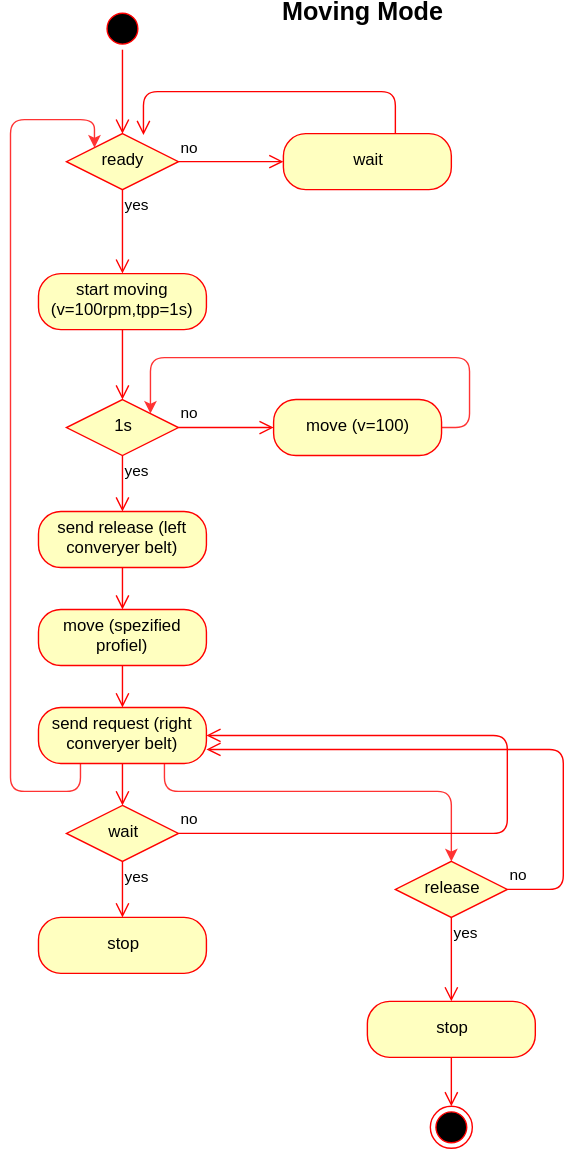
Earlier version of the draw.io export Documentation/UML Diagrams/charts/activity chart Moving State.svg (nicolai-schwartze/EBS2_Conveyer_Belt). Source tidied: cells renumbered, new cells last; positions are measured from the earlier drawing's top-left corner, leaving out a move shared by most shapes.
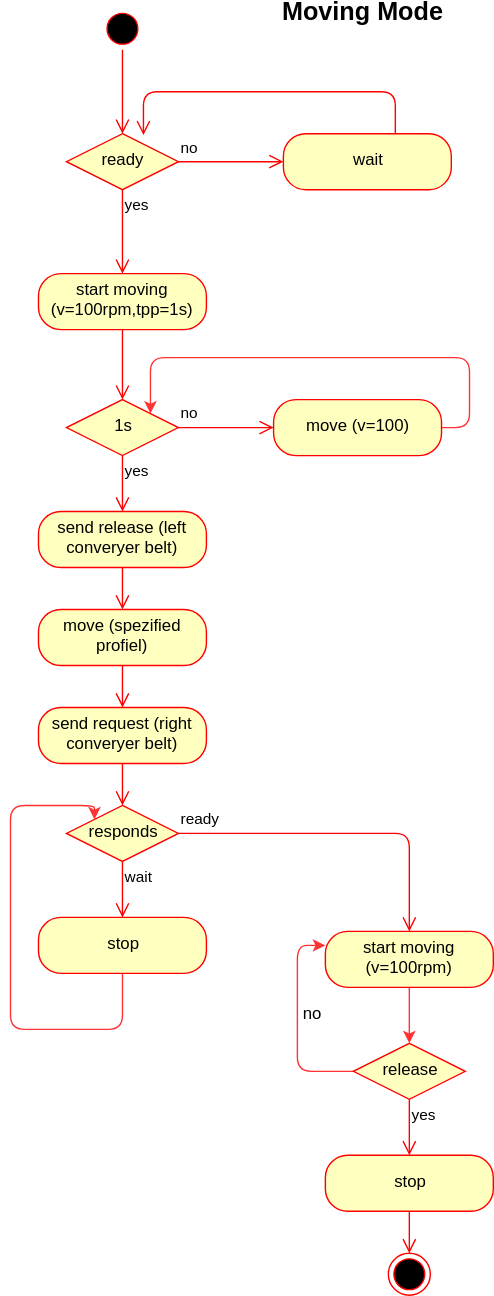
The same file after the commit.

Commit message:
activity chart completed

What changed in the source:
```diff
@@ -67,72 +67,67 @@
     <mxCell id="19" style="edgeStyle=orthogonalEdgeStyle;html=1;verticalAlign=bottom;endArrow=open;endSize=8;strokeColor=#ff0000;entryX=0.5;entryY=0;entryDx=0;entryDy=0;" parent="1" edge="1" source="18" target="22">
       <mxGeometry relative="1" as="geometry" />
     </mxCell>
-    <mxCell id="20" style="edgeStyle=orthogonalEdgeStyle;rounded=1;jettySize=auto;html=1;exitX=0.75;exitY=1;exitDx=0;exitDy=0;entryX=0.5;entryY=0;entryDx=0;entryDy=0;strokeColor=#FF3333;" parent="1" edge="1" source="22" target="28">
-      <mxGeometry relative="1" as="geometry">
-        <Array as="points">
-          <mxPoint x="110" y="565" />
-          <mxPoint x="315" y="565" />
-        </Array>
-      </mxGeometry>
-    </mxCell>
-    <mxCell id="21" style="edgeStyle=orthogonalEdgeStyle;rounded=1;jettySize=auto;html=1;exitX=0.25;exitY=1;exitDx=0;exitDy=0;entryX=0;entryY=0;entryDx=0;entryDy=0;strokeColor=#FF3333;" parent="1" edge="1" source="22" target="4">
-      <mxGeometry relative="1" as="geometry">
-        <Array as="points">
-          <mxPoint x="50" y="565" />
-          <mxPoint y="565" />
-          <mxPoint y="85" />
-          <mxPoint x="60" y="85" />
-        </Array>
-      </mxGeometry>
-    </mxCell>
     <mxCell id="22" value="send request (right converyer belt)" style="rounded=1;whiteSpace=wrap;html=1;arcSize=40;fontColor=#000000;fillColor=#ffffc0;strokeColor=#ff0000;" parent="1" vertex="1">
       <mxGeometry x="20" y="505" width="120" height="40" as="geometry" />
     </mxCell>
     <mxCell id="23" style="edgeStyle=orthogonalEdgeStyle;html=1;verticalAlign=bottom;endArrow=open;endSize=8;strokeColor=#ff0000;entryX=0.5;entryY=0;entryDx=0;entryDy=0;" parent="1" edge="1" source="22" target="24">
       <mxGeometry relative="1" as="geometry" />
     </mxCell>
-    <mxCell id="24" value="wait" style="rhombus;whiteSpace=wrap;html=1;fillColor=#ffffc0;strokeColor=#ff0000;" parent="1" vertex="1">
+    <mxCell id="24" value="responds" style="rhombus;whiteSpace=wrap;html=1;fillColor=#ffffc0;strokeColor=#ff0000;" parent="1" vertex="1">
       <mxGeometry x="40" y="575" width="80" height="40" as="geometry" />
     </mxCell>
-    <mxCell id="25" value="no" style="edgeStyle=orthogonalEdgeStyle;html=1;align=left;verticalAlign=bottom;endArrow=open;endSize=8;strokeColor=#ff0000;entryX=1;entryY=0.5;entryDx=0;entryDy=0;" parent="1" edge="1" source="24" target="22">
+    <mxCell id="25" value="ready" style="edgeStyle=orthogonalEdgeStyle;html=1;align=left;verticalAlign=bottom;endArrow=open;endSize=8;strokeColor=#ff0000;entryX=0.5;entryY=0;entryDx=0;entryDy=0;" parent="1" edge="1" source="24" target="38">
       <mxGeometry x="-1" relative="1" as="geometry">
         <Array as="points">
-          <mxPoint x="355" y="595" />
-          <mxPoint x="355" y="525" />
+          <mxPoint x="285" y="595" />
         </Array>
       </mxGeometry>
     </mxCell>
-    <mxCell id="26" value="yes" style="edgeStyle=orthogonalEdgeStyle;html=1;align=left;verticalAlign=top;endArrow=open;endSize=8;strokeColor=#ff0000;entryX=0.5;entryY=0;entryDx=0;entryDy=0;" parent="1" edge="1" source="24" target="27">
+    <mxCell id="26" value="wait" style="edgeStyle=orthogonalEdgeStyle;html=1;align=left;verticalAlign=top;endArrow=open;endSize=8;strokeColor=#ff0000;entryX=0.5;entryY=0;entryDx=0;entryDy=0;" parent="1" edge="1" source="24" target="27">
       <mxGeometry x="-1" relative="1" as="geometry" />
     </mxCell>
+    <mxCell id="35" style="edgeStyle=orthogonalEdgeStyle;rounded=1;jettySize=auto;html=1;exitX=0.5;exitY=1;exitDx=0;exitDy=0;entryX=0;entryY=0;entryDx=0;entryDy=0;strokeColor=#FF3333;" parent="1" edge="1" source="27" target="24">
+      <mxGeometry relative="1" as="geometry">
+        <Array as="points">
+          <mxPoint x="80" y="735" />
+          <mxPoint y="735" />
+          <mxPoint y="575" />
+          <mxPoint x="60" y="575" />
+        </Array>
+      </mxGeometry>
+    </mxCell>
     <mxCell id="27" value="stop" style="rounded=1;whiteSpace=wrap;html=1;arcSize=40;fontColor=#000000;fillColor=#ffffc0;strokeColor=#ff0000;" parent="1" vertex="1">
       <mxGeometry x="20" y="655" width="120" height="40" as="geometry" />
     </mxCell>
+    <mxCell id="36" style="edgeStyle=orthogonalEdgeStyle;rounded=1;jettySize=auto;html=1;exitX=0;exitY=0.5;exitDx=0;exitDy=0;entryX=0;entryY=0.25;entryDx=0;entryDy=0;strokeColor=#FF3333;" parent="1" edge="1" source="28" target="38">
+      <mxGeometry relative="1" as="geometry" />
+    </mxCell>
     <mxCell id="28" value="&lt;span lang=&quot;EN-US&quot;&gt;release&lt;/span&gt;" style="rhombus;whiteSpace=wrap;html=1;fillColor=#ffffc0;strokeColor=#ff0000;" parent="1" vertex="1">
-      <mxGeometry x="275" y="615" width="80" height="40" as="geometry" />
+      <mxGeometry x="245" y="745" width="80" height="40" as="geometry" />
     </mxCell>
-    <mxCell id="29" value="no" style="edgeStyle=orthogonalEdgeStyle;html=1;align=left;verticalAlign=bottom;endArrow=open;endSize=8;strokeColor=#ff0000;entryX=1;entryY=0.75;entryDx=0;entryDy=0;" parent="1" edge="1" source="28" target="22">
-      <mxGeometry x="-1" relative="1" as="geometry">
-        <Array as="points">
-          <mxPoint x="395" y="635" />
-          <mxPoint x="395" y="535" />
-        </Array>
-      </mxGeometry>
-    </mxCell>
     <mxCell id="30" value="yes" style="edgeStyle=orthogonalEdgeStyle;html=1;align=left;verticalAlign=top;endArrow=open;endSize=8;strokeColor=#ff0000;entryX=0.5;entryY=0;entryDx=0;entryDy=0;" parent="1" edge="1" source="28" target="31">
       <mxGeometry x="-1" relative="1" as="geometry" />
     </mxCell>
     <mxCell id="31" value="stop" style="rounded=1;whiteSpace=wrap;html=1;arcSize=40;fontColor=#000000;fillColor=#ffffc0;strokeColor=#ff0000;" parent="1" vertex="1">
-      <mxGeometry x="255" y="715" width="120" height="40" as="geometry" />
+      <mxGeometry x="225" y="825" width="120" height="40" as="geometry" />
     </mxCell>
     <mxCell id="32" style="edgeStyle=orthogonalEdgeStyle;html=1;verticalAlign=bottom;endArrow=open;endSize=8;strokeColor=#ff0000;entryX=0.5;entryY=0;entryDx=0;entryDy=0;" parent="1" edge="1" source="31" target="33">
       <mxGeometry relative="1" as="geometry" />
     </mxCell>
     <mxCell id="33" style="ellipse;html=1;shape=endState;fillColor=#000000;strokeColor=#ff0000;" parent="1" vertex="1">
-      <mxGeometry x="300" y="790" width="30" height="30" as="geometry" />
+      <mxGeometry x="270" y="895" width="30" height="30" as="geometry" />
     </mxCell>
     <mxCell id="34" value="&lt;b&gt;&lt;font style=&quot;font-size: 18px&quot;&gt;Moving Mode&lt;/font&gt;&lt;/b&gt;" style="text;html=1;strokeColor=none;fillColor=none;align=center;verticalAlign=middle;whiteSpace=wrap;rounded=0;" parent="1" vertex="1">
       <mxGeometry x="188" width="127" height="20" as="geometry" />
     </mxCell>
+    <mxCell id="37" style="edgeStyle=orthogonalEdgeStyle;rounded=1;jettySize=auto;html=1;exitX=0.5;exitY=1;exitDx=0;exitDy=0;entryX=0.5;entryY=0;entryDx=0;entryDy=0;strokeColor=#FF3333;" parent="1" edge="1" source="38" target="28">
+      <mxGeometry relative="1" as="geometry" />
+    </mxCell>
+    <mxCell id="38" value="start moving (v=100rpm)" style="rounded=1;whiteSpace=wrap;html=1;arcSize=40;fontColor=#000000;fillColor=#ffffc0;strokeColor=#ff0000;" parent="1" vertex="1">
+      <mxGeometry x="225" y="665" width="120" height="40" as="geometry" />
+    </mxCell>
+    <mxCell id="29" value="no" style="text;html=1;strokeColor=none;fillColor=none;align=center;verticalAlign=middle;whiteSpace=wrap;rounded=0;" parent="1" vertex="1">
+      <mxGeometry x="195" y="715" width="40" height="20" as="geometry" />
+    </mxCell>
   </root>
 </mxGraphModel>
```
